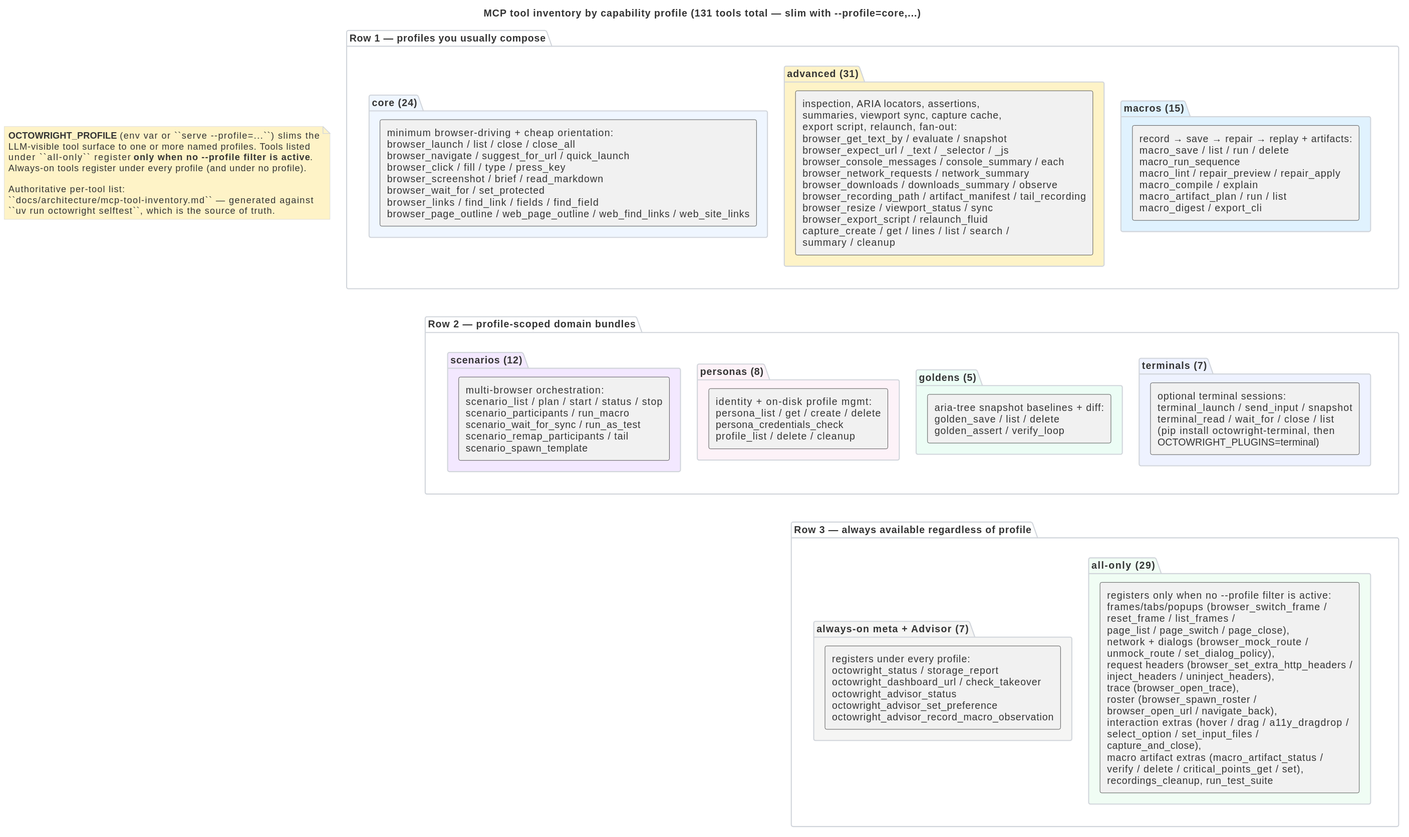
Earlier version of the PlantUML export docs/architecture/mcp-tool-surface.svg (livingstaccato/octowright). Its source is kept beside it as docs/architecture/mcp-tool-surface.puml.
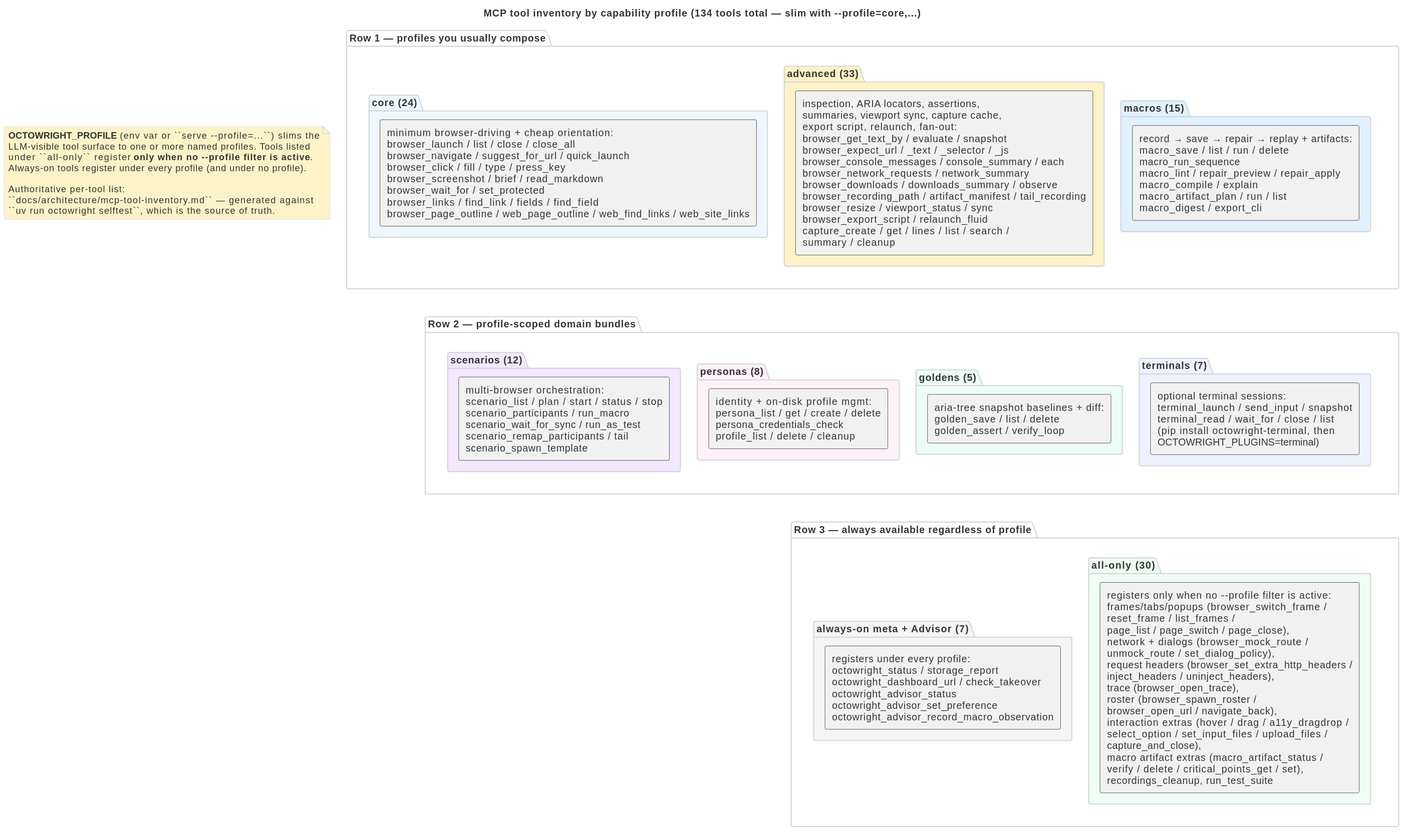
After the commit.

Change to the diagram source:
```diff
@@ -1,5 +1,5 @@
 @startuml mcp-tool-surface
-title MCP tool inventory by capability profile (133 tools total — slim with --profile=core,...)
+title MCP tool inventory by capability profile (134 tools total — slim with --profile=core,...)
 
 skinparam backgroundColor #ffffff
 skinparam defaultFontColor #333333
@@ -52,8 +52,8 @@
   package "always-on meta + Advisor (7)" as P_META #f5f5f4 {
     rectangle "registers under every profile:\noctowright_status / storage_report\noctowright_dashboard_url / check_takeover\noctowright_advisor_status\noctowright_advisor_set_preference\noctowright_advisor_record_macro_observation" as R_META
   }
-  package "all-only (29)" as P_ALL #f0fdf4 {
-    rectangle "registers only when no --profile filter is active:\nframes/tabs/popups (browser_switch_frame /\nreset_frame / list_frames /\npage_list / page_switch / page_close),\nnetwork + dialogs (browser_mock_route /\nunmock_route / set_dialog_policy),\nrequest headers (browser_set_extra_http_headers /\ninject_headers / uninject_headers),\ntrace (browser_open_trace),\nroster (browser_spawn_roster /\nbrowser_open_url / navigate_back),\ninteraction extras (hover / drag / a11y_dragdrop /\nselect_option / set_input_files /\ncapture_and_close),\nmacro artifact extras (macro_artifact_status /\nverify / delete / critical_points_get / set),\nrecordings_cleanup, run_test_suite" as R_ALL
+  package "all-only (30)" as P_ALL #f0fdf4 {
+    rectangle "registers only when no --profile filter is active:\nframes/tabs/popups (browser_switch_frame /\nreset_frame / list_frames /\npage_list / page_switch / page_close),\nnetwork + dialogs (browser_mock_route /\nunmock_route / set_dialog_policy),\nrequest headers (browser_set_extra_http_headers /\ninject_headers / uninject_headers),\ntrace (browser_open_trace),\nroster (browser_spawn_roster /\nbrowser_open_url / navigate_back),\ninteraction extras (hover / drag / a11y_dragdrop /\nselect_option / set_input_files / upload_files /\ncapture_and_close),\nmacro artifact extras (macro_artifact_status /\nverify / delete / critical_points_get / set),\nrecordings_cleanup, run_test_suite" as R_ALL
   }
 }
 
```
